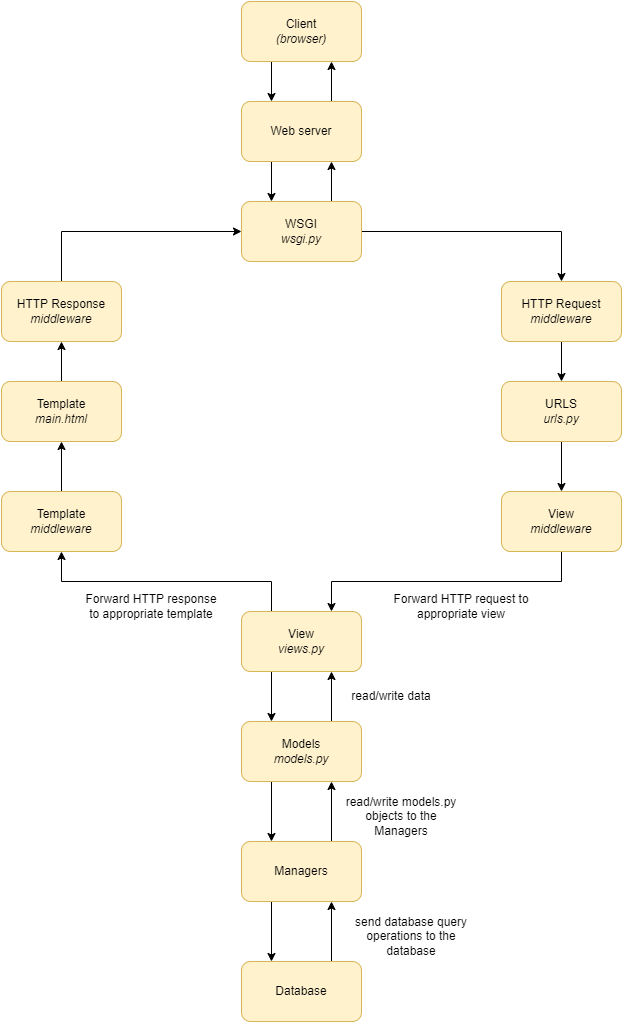
Earlier version of the draw.io export assets/Flowchart_PBP_Assignment2.png (TomoriNow/PBP_Assignment2). Source tidied: cells renumbered, new cells last; positions are measured from the earlier drawing's top-left corner, leaving out a move shared by most shapes. Its diagram source:
```xml
<mxGraphModel>
  <root>
    <mxCell id="0" />
    <mxCell id="1" parent="0" />
    <mxCell id="2" style="edgeStyle=orthogonalEdgeStyle;rounded=0;jettySize=auto;html=1;exitX=0.25;exitY=1;exitDx=0;exitDy=0;entryX=0.25;entryY=0;entryDx=0;entryDy=0;" parent="1" edge="1" source="3" target="6">
      <mxGeometry relative="1" as="geometry" />
    </mxCell>
    <mxCell id="3" value="Client&lt;br&gt;&lt;i&gt;(browser)&lt;/i&gt;" style="rounded=1;whiteSpace=wrap;html=1;fillColor=#fff2cc;strokeColor=#d6b656;" parent="1" vertex="1">
      <mxGeometry x="240" width="120" height="60" as="geometry" />
    </mxCell>
    <mxCell id="4" style="edgeStyle=orthogonalEdgeStyle;rounded=0;jettySize=auto;html=1;exitX=0.75;exitY=0;exitDx=0;exitDy=0;entryX=0.75;entryY=1;entryDx=0;entryDy=0;" parent="1" edge="1" source="6" target="3">
      <mxGeometry relative="1" as="geometry" />
    </mxCell>
    <mxCell id="5" style="edgeStyle=orthogonalEdgeStyle;rounded=0;jettySize=auto;html=1;exitX=0.25;exitY=1;exitDx=0;exitDy=0;entryX=0.25;entryY=0;entryDx=0;entryDy=0;" parent="1" edge="1" source="6" target="9">
      <mxGeometry relative="1" as="geometry" />
    </mxCell>
    <mxCell id="6" value="Web server" style="rounded=1;whiteSpace=wrap;html=1;fillColor=#fff2cc;strokeColor=#d6b656;" parent="1" vertex="1">
      <mxGeometry x="240" y="100" width="120" height="60" as="geometry" />
    </mxCell>
    <mxCell id="7" style="edgeStyle=orthogonalEdgeStyle;rounded=0;jettySize=auto;html=1;exitX=0.75;exitY=0;exitDx=0;exitDy=0;entryX=0.75;entryY=1;entryDx=0;entryDy=0;" parent="1" edge="1" source="9" target="6">
      <mxGeometry relative="1" as="geometry" />
    </mxCell>
    <mxCell id="8" style="edgeStyle=orthogonalEdgeStyle;rounded=0;jettySize=auto;html=1;exitX=1;exitY=0.5;exitDx=0;exitDy=0;entryX=0.5;entryY=0;entryDx=0;entryDy=0;" parent="1" edge="1" source="9" target="11">
      <mxGeometry relative="1" as="geometry" />
    </mxCell>
    <mxCell id="9" value="WSGI&lt;br&gt;&lt;i&gt;wsgi.py&lt;/i&gt;" style="rounded=1;whiteSpace=wrap;html=1;fillColor=#fff2cc;strokeColor=#d6b656;" parent="1" vertex="1">
      <mxGeometry x="240" y="200" width="120" height="60" as="geometry" />
    </mxCell>
    <mxCell id="10" style="edgeStyle=orthogonalEdgeStyle;rounded=0;jettySize=auto;html=1;exitX=0.5;exitY=1;exitDx=0;exitDy=0;entryX=0.5;entryY=0;entryDx=0;entryDy=0;" parent="1" edge="1" source="11" target="13">
      <mxGeometry relative="1" as="geometry" />
    </mxCell>
    <mxCell id="11" value="HTTP Request&lt;br&gt;&lt;i&gt;middleware&lt;/i&gt;" style="rounded=1;whiteSpace=wrap;html=1;fillColor=#fff2cc;strokeColor=#d6b656;" parent="1" vertex="1">
      <mxGeometry x="500" y="280" width="120" height="60" as="geometry" />
    </mxCell>
    <mxCell id="12" style="edgeStyle=orthogonalEdgeStyle;rounded=0;jettySize=auto;html=1;exitX=0.5;exitY=1;exitDx=0;exitDy=0;" parent="1" edge="1" source="13" target="15">
      <mxGeometry relative="1" as="geometry" />
    </mxCell>
    <mxCell id="13" value="URLS&lt;br&gt;&lt;i&gt;urls.py&lt;/i&gt;" style="rounded=1;whiteSpace=wrap;html=1;fillColor=#fff2cc;strokeColor=#d6b656;" parent="1" vertex="1">
      <mxGeometry x="500" y="380" width="120" height="60" as="geometry" />
    </mxCell>
    <mxCell id="14" style="edgeStyle=orthogonalEdgeStyle;rounded=0;jettySize=auto;html=1;exitX=0.5;exitY=1;exitDx=0;exitDy=0;entryX=0.75;entryY=0;entryDx=0;entryDy=0;" parent="1" edge="1" source="15" target="18">
      <mxGeometry relative="1" as="geometry">
        <Array as="points">
          <mxPoint x="560" y="580" />
          <mxPoint x="330" y="580" />
        </Array>
      </mxGeometry>
    </mxCell>
    <mxCell id="15" value="View&lt;br&gt;&lt;i&gt;middleware&lt;/i&gt;" style="rounded=1;whiteSpace=wrap;html=1;fillColor=#fff2cc;strokeColor=#d6b656;" parent="1" vertex="1">
      <mxGeometry x="500" y="490" width="120" height="60" as="geometry" />
    </mxCell>
    <mxCell id="16" style="edgeStyle=orthogonalEdgeStyle;rounded=0;jettySize=auto;html=1;exitX=0.25;exitY=1;exitDx=0;exitDy=0;entryX=0.25;entryY=0;entryDx=0;entryDy=0;" parent="1" edge="1" source="18" target="22">
      <mxGeometry relative="1" as="geometry" />
    </mxCell>
    <mxCell id="17" style="edgeStyle=orthogonalEdgeStyle;rounded=0;jettySize=auto;html=1;exitX=0.25;exitY=0;exitDx=0;exitDy=0;entryX=0.5;entryY=1;entryDx=0;entryDy=0;" parent="1" edge="1" source="18" target="32">
      <mxGeometry relative="1" as="geometry" />
    </mxCell>
    <mxCell id="18" value="View&lt;br&gt;&lt;i&gt;views.py&lt;/i&gt;" style="rounded=1;whiteSpace=wrap;html=1;fillColor=#fff2cc;strokeColor=#d6b656;" parent="1" vertex="1">
      <mxGeometry x="240" y="610" width="120" height="60" as="geometry" />
    </mxCell>
    <mxCell id="19" value="Forward HTTP request to appropriate view" style="text;html=1;strokeColor=none;fillColor=none;align=center;verticalAlign=middle;whiteSpace=wrap;rounded=0;" parent="1" vertex="1">
      <mxGeometry x="390" y="590" width="140" height="30" as="geometry" />
    </mxCell>
    <mxCell id="20" style="edgeStyle=orthogonalEdgeStyle;rounded=0;jettySize=auto;html=1;exitX=0.75;exitY=0;exitDx=0;exitDy=0;entryX=0.75;entryY=1;entryDx=0;entryDy=0;" parent="1" edge="1" source="22" target="18">
      <mxGeometry relative="1" as="geometry" />
    </mxCell>
    <mxCell id="21" style="edgeStyle=orthogonalEdgeStyle;rounded=0;jettySize=auto;html=1;exitX=0.25;exitY=1;exitDx=0;exitDy=0;entryX=0.25;entryY=0;entryDx=0;entryDy=0;" parent="1" edge="1" source="22" target="26">
      <mxGeometry relative="1" as="geometry" />
    </mxCell>
    <mxCell id="22" value="Models&lt;br&gt;&lt;i&gt;models.py&lt;/i&gt;" style="rounded=1;whiteSpace=wrap;html=1;fillColor=#fff2cc;strokeColor=#d6b656;" parent="1" vertex="1">
      <mxGeometry x="240" y="720" width="120" height="60" as="geometry" />
    </mxCell>
    <mxCell id="23" value="read/write data" style="text;html=1;strokeColor=none;fillColor=none;align=center;verticalAlign=middle;whiteSpace=wrap;rounded=0;" parent="1" vertex="1">
      <mxGeometry x="330" y="680" width="120" height="30" as="geometry" />
    </mxCell>
    <mxCell id="24" style="edgeStyle=orthogonalEdgeStyle;rounded=0;jettySize=auto;html=1;exitX=0.75;exitY=0;exitDx=0;exitDy=0;entryX=0.75;entryY=1;entryDx=0;entryDy=0;" parent="1" edge="1" source="26" target="22">
      <mxGeometry relative="1" as="geometry" />
    </mxCell>
    <mxCell id="25" style="edgeStyle=orthogonalEdgeStyle;rounded=0;jettySize=auto;html=1;exitX=0.25;exitY=1;exitDx=0;exitDy=0;entryX=0.25;entryY=0;entryDx=0;entryDy=0;" parent="1" edge="1" source="26" target="29">
      <mxGeometry relative="1" as="geometry" />
    </mxCell>
    <mxCell id="26" value="Managers" style="rounded=1;whiteSpace=wrap;html=1;fillColor=#fff2cc;strokeColor=#d6b656;" parent="1" vertex="1">
      <mxGeometry x="240" y="840" width="120" height="60" as="geometry" />
    </mxCell>
    <mxCell id="27" value="read/write models.py objects to the Managers" style="text;html=1;strokeColor=none;fillColor=none;align=center;verticalAlign=middle;whiteSpace=wrap;rounded=0;" parent="1" vertex="1">
      <mxGeometry x="340" y="800" width="120" height="30" as="geometry" />
    </mxCell>
    <mxCell id="28" style="edgeStyle=orthogonalEdgeStyle;rounded=0;jettySize=auto;html=1;exitX=0.75;exitY=0;exitDx=0;exitDy=0;entryX=0.75;entryY=1;entryDx=0;entryDy=0;" parent="1" edge="1" source="29" target="26">
      <mxGeometry relative="1" as="geometry" />
    </mxCell>
    <mxCell id="29" value="Database" style="rounded=1;whiteSpace=wrap;html=1;fillColor=#fff2cc;strokeColor=#d6b656;" parent="1" vertex="1">
      <mxGeometry x="240" y="960" width="120" height="60" as="geometry" />
    </mxCell>
    <mxCell id="30" value="send database query operations to the database" style="text;html=1;strokeColor=none;fillColor=none;align=center;verticalAlign=middle;whiteSpace=wrap;rounded=0;" parent="1" vertex="1">
      <mxGeometry x="350" y="920" width="120" height="30" as="geometry" />
    </mxCell>
    <mxCell id="31" style="edgeStyle=orthogonalEdgeStyle;rounded=0;jettySize=auto;html=1;exitX=0.5;exitY=0;exitDx=0;exitDy=0;entryX=0.5;entryY=1;entryDx=0;entryDy=0;" parent="1" edge="1" source="32" target="34">
      <mxGeometry relative="1" as="geometry" />
    </mxCell>
    <mxCell id="32" value="Template&lt;br&gt;&lt;i&gt;middleware&lt;/i&gt;" style="rounded=1;whiteSpace=wrap;html=1;fillColor=#fff2cc;strokeColor=#d6b656;" parent="1" vertex="1">
      <mxGeometry y="490" width="120" height="60" as="geometry" />
    </mxCell>
    <mxCell id="33" style="edgeStyle=orthogonalEdgeStyle;rounded=0;jettySize=auto;html=1;exitX=0.5;exitY=0;exitDx=0;exitDy=0;entryX=0.5;entryY=1;entryDx=0;entryDy=0;" parent="1" edge="1" source="34" target="37">
      <mxGeometry relative="1" as="geometry" />
    </mxCell>
    <mxCell id="34" value="Template&lt;br&gt;&lt;i&gt;main.html&lt;/i&gt;" style="rounded=1;whiteSpace=wrap;html=1;fillColor=#fff2cc;strokeColor=#d6b656;" parent="1" vertex="1">
      <mxGeometry y="380" width="120" height="60" as="geometry" />
    </mxCell>
    <mxCell id="35" value="Forward HTTP response to appropriate template" style="text;html=1;strokeColor=none;fillColor=none;align=center;verticalAlign=middle;whiteSpace=wrap;rounded=0;" parent="1" vertex="1">
      <mxGeometry x="80" y="590" width="140" height="30" as="geometry" />
    </mxCell>
    <mxCell id="36" style="edgeStyle=orthogonalEdgeStyle;rounded=0;jettySize=auto;html=1;exitX=0.5;exitY=0;exitDx=0;exitDy=0;entryX=0;entryY=0.5;entryDx=0;entryDy=0;" parent="1" edge="1" source="37" target="9">
      <mxGeometry relative="1" as="geometry">
        <Array as="points">
          <mxPoint x="60" y="230" />
        </Array>
      </mxGeometry>
    </mxCell>
    <mxCell id="37" value="HTTP Response&lt;br&gt;&lt;i&gt;middleware&lt;/i&gt;" style="rounded=1;whiteSpace=wrap;html=1;fillColor=#fff2cc;strokeColor=#d6b656;" parent="1" vertex="1">
      <mxGeometry y="280" width="120" height="60" as="geometry" />
    </mxCell>
  </root>
</mxGraphModel>
```
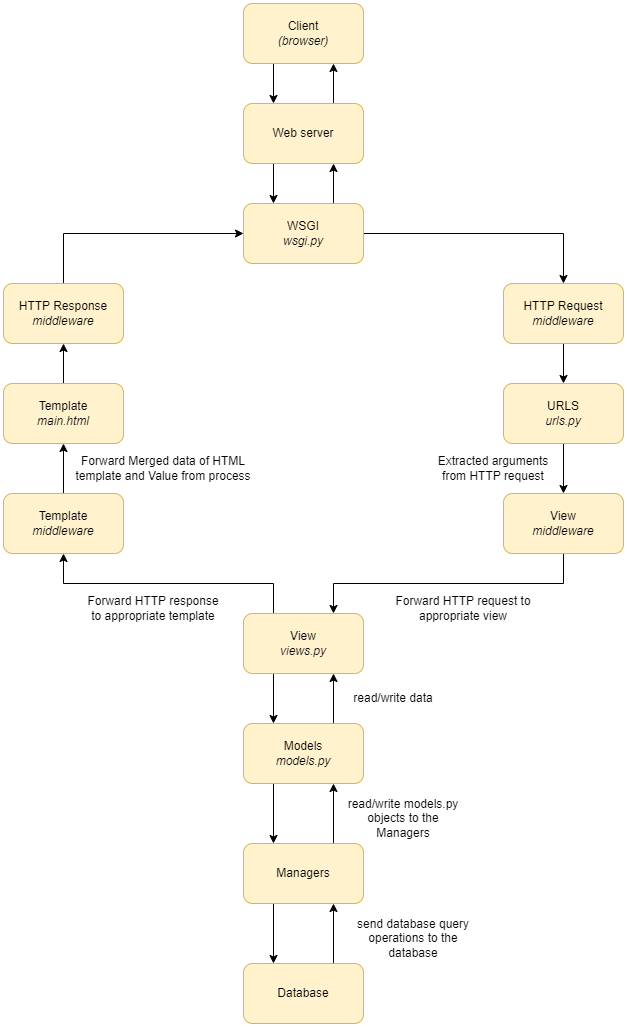
After the commit.

Change to the diagram source:
```diff
@@ -119,5 +119,11 @@
     <mxCell id="37" value="HTTP Response&lt;br&gt;&lt;i&gt;middleware&lt;/i&gt;" style="rounded=1;whiteSpace=wrap;html=1;fillColor=#fff2cc;strokeColor=#d6b656;" parent="1" vertex="1">
       <mxGeometry y="280" width="120" height="60" as="geometry" />
     </mxCell>
+    <mxCell id="38" value="Extracted arguments from HTTP request" style="text;html=1;strokeColor=none;fillColor=none;align=center;verticalAlign=middle;whiteSpace=wrap;rounded=0;" parent="1" vertex="1">
+      <mxGeometry x="420" y="450" width="140" height="30" as="geometry" />
+    </mxCell>
+    <mxCell id="39" value="Forward Merged data of HTML template and Value from process" style="text;html=1;strokeColor=none;fillColor=none;align=center;verticalAlign=middle;whiteSpace=wrap;rounded=0;" parent="1" vertex="1">
+      <mxGeometry x="70" y="450" width="180" height="30" as="geometry" />
+    </mxCell>
   </root>
 </mxGraphModel>
```
